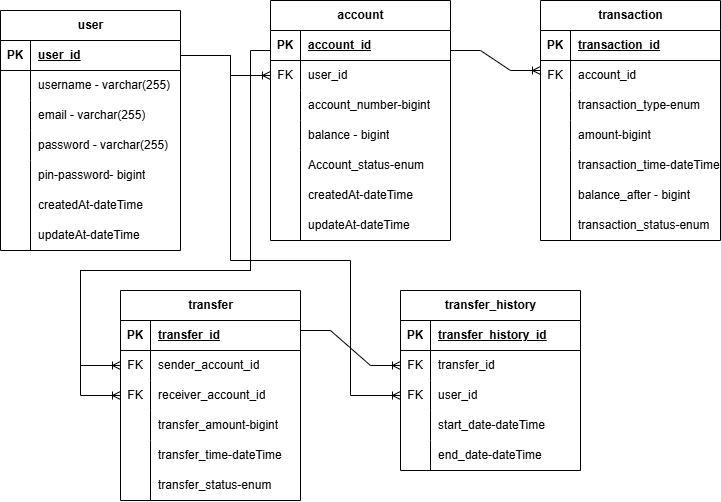
Earlier version of the draw.io export src/ZB-fintech.drawio.png (mingang211/ZB-fintech). Source tidied: cells renumbered, new cells last; positions are measured from the earlier drawing's top-left corner, leaving out a move shared by most shapes.
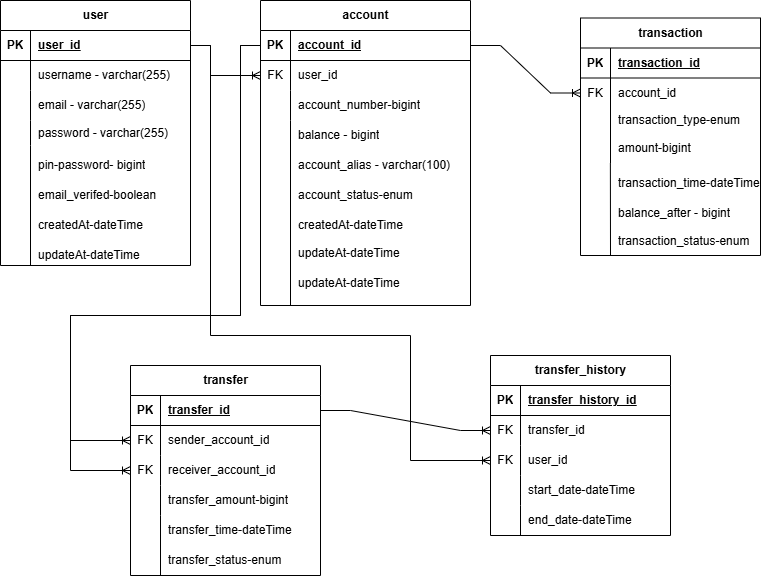
The same diagram one commit later.

The edit, as a diff of the source:
```diff
@@ -5,6 +5,6 @@
     <mxCell id="2" value="user" style="shape=table;startSize=30;rowLines=0;fontStyle=1;align=center;html=1;" parent="1" vertex="1">
-      <mxGeometry y="10" width="180" height="240" as="geometry" />
+      <mxGeometry x="10" y="55" width="190" height="265" as="geometry" />
     </mxCell>
     <mxCell id="3" style="shape=tableRow;horizontal=0;startSize=0;swimlaneHead=0;swimlaneBody=0;fillColor=none;points=[[0,0.5],[1,0.5]];portConstraint=eastwest;top=0;left=0;right=0;bottom=1;" parent="2" vertex="1">
-      <mxGeometry y="30" width="180" height="30" as="geometry" />
+      <mxGeometry y="30" width="190" height="30" as="geometry" />
     </mxCell>
@@ -14,6 +14,6 @@
     <mxCell id="5" value="user_id" style="shape=partialRectangle;fillColor=none;top=0;left=0;bottom=0;right=0;align=left;spacingLeft=6;fontStyle=5;overflow=hidden;whiteSpace=wrap;html=1;" parent="3" vertex="1">
-      <mxGeometry x="30" width="150" height="30" as="geometry" />
+      <mxGeometry x="30" width="160" height="30" as="geometry" />
     </mxCell>
     <mxCell id="6" style="shape=tableRow;horizontal=0;startSize=0;swimlaneHead=0;swimlaneBody=0;fillColor=none;top=0;left=0;right=0;bottom=0;" parent="2" vertex="1">
-      <mxGeometry y="60" width="180" height="30" as="geometry" />
+      <mxGeometry y="60" width="190" height="30" as="geometry" />
     </mxCell>
@@ -23,6 +23,6 @@
     <mxCell id="8" value="username - varchar(255)" style="shape=partialRectangle;fillColor=none;top=0;left=0;bottom=0;right=0;align=left;spacingLeft=6;overflow=hidden;whiteSpace=wrap;html=1;" parent="6" vertex="1">
-      <mxGeometry x="30" width="150" height="30" as="geometry" />
+      <mxGeometry x="30" width="160" height="30" as="geometry" />
     </mxCell>
     <mxCell id="9" style="shape=tableRow;horizontal=0;startSize=0;swimlaneHead=0;swimlaneBody=0;fillColor=none;top=0;left=0;right=0;bottom=0;" parent="2" vertex="1">
-      <mxGeometry y="90" width="180" height="30" as="geometry" />
+      <mxGeometry y="90" width="190" height="30" as="geometry" />
     </mxCell>
@@ -32,18 +32,18 @@
     <mxCell id="11" value="email - varchar(255)" style="shape=partialRectangle;fillColor=none;top=0;left=0;bottom=0;right=0;align=left;spacingLeft=6;overflow=hidden;whiteSpace=wrap;html=1;" parent="9" vertex="1">
-      <mxGeometry x="30" width="150" height="30" as="geometry" />
+      <mxGeometry x="30" width="160" height="30" as="geometry" />
     </mxCell>
     <mxCell id="12" style="shape=tableRow;horizontal=0;startSize=0;swimlaneHead=0;swimlaneBody=0;fillColor=none;top=0;left=0;right=0;bottom=0;" parent="2" vertex="1">
-      <mxGeometry y="120" width="180" height="30" as="geometry" />
+      <mxGeometry y="120" width="190" height="25" as="geometry" />
     </mxCell>
     <mxCell id="13" style="shape=partialRectangle;fillColor=none;top=0;left=0;bottom=0;right=0;overflow=hidden;whiteSpace=wrap;html=1;" parent="12" vertex="1">
-      <mxGeometry width="30" height="30" as="geometry" />
+      <mxGeometry width="30" height="25" as="geometry" />
     </mxCell>
     <mxCell id="14" value="password - varchar(255)" style="shape=partialRectangle;fillColor=none;top=0;left=0;bottom=0;right=0;align=left;spacingLeft=6;overflow=hidden;whiteSpace=wrap;html=1;" parent="12" vertex="1">
-      <mxGeometry x="30" width="150" height="30" as="geometry" />
+      <mxGeometry x="30" width="160" height="25" as="geometry" />
     </mxCell>
     <mxCell id="15" value="account" style="shape=table;startSize=30;rowLines=0;fontStyle=1;align=center;html=1;" parent="1" vertex="1">
-      <mxGeometry x="270" width="180" height="240" as="geometry" />
+      <mxGeometry x="270" y="55" width="210" height="305" as="geometry" />
     </mxCell>
     <mxCell id="16" style="shape=tableRow;horizontal=0;startSize=0;swimlaneHead=0;swimlaneBody=0;fillColor=none;points=[[0,0.5],[1,0.5]];portConstraint=eastwest;top=0;left=0;right=0;bottom=1;" parent="15" vertex="1">
-      <mxGeometry y="30" width="180" height="30" as="geometry" />
+      <mxGeometry y="30" width="210" height="30" as="geometry" />
     </mxCell>
@@ -53,6 +53,6 @@
     <mxCell id="18" value="account_id" style="shape=partialRectangle;fillColor=none;top=0;left=0;bottom=0;right=0;align=left;spacingLeft=6;fontStyle=5;overflow=hidden;whiteSpace=wrap;html=1;" parent="16" vertex="1">
-      <mxGeometry x="30" width="150" height="30" as="geometry" />
+      <mxGeometry x="30" width="180" height="30" as="geometry" />
     </mxCell>
     <mxCell id="19" style="shape=tableRow;horizontal=0;startSize=0;swimlaneHead=0;swimlaneBody=0;fillColor=none;points=[[0,0.5],[1,0.5]];portConstraint=eastwest;top=0;left=0;right=0;bottom=0;" parent="15" vertex="1">
-      <mxGeometry y="60" width="180" height="30" as="geometry" />
+      <mxGeometry y="60" width="210" height="30" as="geometry" />
     </mxCell>
@@ -62,6 +62,6 @@
     <mxCell id="21" value="user_id" style="shape=partialRectangle;fillColor=none;top=0;left=0;bottom=0;right=0;align=left;spacingLeft=6;overflow=hidden;whiteSpace=wrap;html=1;" parent="19" vertex="1">
-      <mxGeometry x="30" width="150" height="30" as="geometry" />
+      <mxGeometry x="30" width="180" height="30" as="geometry" />
     </mxCell>
     <mxCell id="22" style="shape=tableRow;horizontal=0;startSize=0;swimlaneHead=0;swimlaneBody=0;fillColor=none;top=0;left=0;right=0;bottom=0;" parent="15" vertex="1">
-      <mxGeometry y="90" width="180" height="30" as="geometry" />
+      <mxGeometry y="90" width="210" height="30" as="geometry" />
     </mxCell>
@@ -71,6 +71,6 @@
     <mxCell id="24" value="account_number-bigint" style="shape=partialRectangle;fillColor=none;top=0;left=0;bottom=0;right=0;align=left;spacingLeft=6;overflow=hidden;whiteSpace=wrap;html=1;" parent="22" vertex="1">
-      <mxGeometry x="30" width="150" height="30" as="geometry" />
+      <mxGeometry x="30" width="180" height="30" as="geometry" />
     </mxCell>
     <mxCell id="25" style="shape=tableRow;horizontal=0;startSize=0;swimlaneHead=0;swimlaneBody=0;fillColor=none;top=0;left=0;right=0;bottom=0;" parent="15" vertex="1">
-      <mxGeometry y="120" width="180" height="30" as="geometry" />
+      <mxGeometry y="120" width="210" height="30" as="geometry" />
     </mxCell>
@@ -80,6 +80,6 @@
     <mxCell id="27" value="balance - bigint" style="shape=partialRectangle;fillColor=none;top=0;left=0;bottom=0;right=0;align=left;spacingLeft=6;overflow=hidden;whiteSpace=wrap;html=1;" parent="25" vertex="1">
-      <mxGeometry x="30" width="150" height="30" as="geometry" />
+      <mxGeometry x="30" width="180" height="30" as="geometry" />
     </mxCell>
     <mxCell id="28" value="transaction" style="shape=table;startSize=30;rowLines=0;fontStyle=1;align=center;html=1;" parent="1" vertex="1">
-      <mxGeometry x="540" width="180" height="240" as="geometry" />
+      <mxGeometry x="590" y="72.5" width="180" height="237.5" as="geometry" />
     </mxCell>
@@ -104,12 +104,12 @@
     <mxCell id="35" style="shape=tableRow;horizontal=0;startSize=0;swimlaneHead=0;swimlaneBody=0;fillColor=none;top=0;left=0;right=0;bottom=0;" parent="28" vertex="1">
-      <mxGeometry y="90" width="180" height="30" as="geometry" />
+      <mxGeometry y="90" width="180" height="25" as="geometry" />
     </mxCell>
     <mxCell id="36" style="shape=partialRectangle;fillColor=none;top=0;left=0;bottom=0;right=0;overflow=hidden;whiteSpace=wrap;html=1;" parent="35" vertex="1">
-      <mxGeometry width="30" height="30" as="geometry" />
+      <mxGeometry width="30" height="25" as="geometry" />
     </mxCell>
     <mxCell id="37" value="transaction_type-enum" style="shape=partialRectangle;fillColor=none;top=0;left=0;bottom=0;right=0;align=left;spacingLeft=6;overflow=hidden;whiteSpace=wrap;html=1;" parent="35" vertex="1">
-      <mxGeometry x="30" width="150" height="30" as="geometry" />
+      <mxGeometry x="30" width="150" height="25" as="geometry" />
     </mxCell>
     <mxCell id="38" style="shape=tableRow;horizontal=0;startSize=0;swimlaneHead=0;swimlaneBody=0;fillColor=none;points=[[0,0.5],[1,0.5]];portConstraint=eastwest;top=0;left=0;right=0;bottom=0;" parent="28" vertex="1">
-      <mxGeometry y="120" width="180" height="30" as="geometry" />
+      <mxGeometry y="115" width="180" height="30" as="geometry" />
     </mxCell>
@@ -122,6 +122,6 @@
     <mxCell id="41" value="pin-password- bigint" style="shape=partialRectangle;fillColor=none;top=0;left=0;bottom=0;right=0;align=left;spacingLeft=6;overflow=hidden;whiteSpace=wrap;html=1;" parent="1" vertex="1">
-      <mxGeometry x="30" y="160" width="150" height="30" as="geometry" />
+      <mxGeometry x="40" y="205" width="150" height="30" as="geometry" />
     </mxCell>
-    <mxCell id="42" value="createdAt-dateTime" style="shape=partialRectangle;fillColor=none;top=0;left=0;bottom=0;right=0;align=left;spacingLeft=6;overflow=hidden;whiteSpace=wrap;html=1;" parent="1" vertex="1">
-      <mxGeometry x="30" y="190" width="150" height="30" as="geometry" />
+    <mxCell id="42" value="email_verifed-boolean" style="shape=partialRectangle;fillColor=none;top=0;left=0;bottom=0;right=0;align=left;spacingLeft=6;overflow=hidden;whiteSpace=wrap;html=1;" parent="1" vertex="1">
+      <mxGeometry x="40" y="235" width="150" height="30" as="geometry" />
     </mxCell>
@@ -129,4 +129,4 @@
       <mxGeometry relative="1" as="geometry">
-        <mxPoint x="30" y="250" as="sourcePoint" />
-        <mxPoint x="30" y="160" as="targetPoint" />
+        <mxPoint x="40" y="320" as="sourcePoint" />
+        <mxPoint x="40" y="200" as="targetPoint" />
       </mxGeometry>
@@ -134,6 +134,6 @@
     <mxCell id="44" value="createdAt-dateTime" style="shape=partialRectangle;fillColor=none;top=0;left=0;bottom=0;right=0;align=left;spacingLeft=6;overflow=hidden;whiteSpace=wrap;html=1;" parent="1" vertex="1">
-      <mxGeometry x="300" y="180" width="150" height="30" as="geometry" />
+      <mxGeometry x="300" y="265" width="150" height="30" as="geometry" />
     </mxCell>
     <mxCell id="45" value="updateAt-dateTime" style="shape=partialRectangle;fillColor=none;top=0;left=0;bottom=0;right=0;align=left;spacingLeft=6;overflow=hidden;whiteSpace=wrap;html=1;" parent="1" vertex="1">
-      <mxGeometry x="300" y="210" width="150" height="30" as="geometry" />
+      <mxGeometry x="300" y="295" width="150" height="25" as="geometry" />
     </mxCell>
@@ -141,16 +141,15 @@
       <mxGeometry relative="1" as="geometry">
-        <mxPoint x="300" y="240" as="sourcePoint" />
-        <mxPoint x="300" y="150" as="targetPoint" />
+        <mxPoint x="300" y="360" as="sourcePoint" />
+        <mxPoint x="300" y="195" as="targetPoint" />
       </mxGeometry>
     </mxCell>
-    <mxCell id="47" value="Account_status-enum" style="shape=partialRectangle;fillColor=none;top=0;left=0;bottom=0;right=0;align=left;spacingLeft=6;overflow=hidden;whiteSpace=wrap;html=1;" parent="1" vertex="1">
-      <mxGeometry x="300" y="150" width="150" height="30" as="geometry" />
+    <mxCell id="47" value="account_status-enum" style="shape=partialRectangle;fillColor=none;top=0;left=0;bottom=0;right=0;align=left;spacingLeft=6;overflow=hidden;whiteSpace=wrap;html=1;" parent="1" vertex="1">
+      <mxGeometry x="300" y="235" width="140" height="30" as="geometry" />
     </mxCell>
     <mxCell id="48" value="transaction_time-dateTime" style="shape=partialRectangle;fillColor=none;top=0;left=0;bottom=0;right=0;align=left;spacingLeft=6;overflow=hidden;whiteSpace=wrap;html=1;" parent="1" vertex="1">
-      <mxGeometry x="570" y="150" width="150" height="30" as="geometry" />
+      <mxGeometry x="620" y="222.5" width="150" height="30" as="geometry" />
     </mxCell>
-    <mxCell id="49" style="endArrow=none;html=1;rounded=0;" parent="1" edge="1">
+    <mxCell id="49" style="endArrow=none;html=1;rounded=0;entryX=0.166;entryY=1.005;entryDx=0;entryDy=0;entryPerimeter=0;" parent="1" edge="1" target="38">
       <mxGeometry relative="1" as="geometry">
-        <mxPoint x="570" y="240" as="sourcePoint" />
-        <mxPoint x="570" y="150" as="targetPoint" />
+        <mxPoint x="620" y="310" as="sourcePoint" />
       </mxGeometry>
@@ -158,12 +157,12 @@
     <mxCell id="50" value="balance_after - bigint" style="shape=partialRectangle;fillColor=none;top=0;left=0;bottom=0;right=0;align=left;spacingLeft=6;overflow=hidden;whiteSpace=wrap;html=1;" parent="1" vertex="1">
-      <mxGeometry x="570" y="180" width="150" height="30" as="geometry" />
+      <mxGeometry x="620" y="252.5" width="150" height="30" as="geometry" />
     </mxCell>
     <mxCell id="51" value="transaction_status-enum" style="shape=partialRectangle;fillColor=none;top=0;left=0;bottom=0;right=0;align=left;spacingLeft=6;overflow=hidden;whiteSpace=wrap;html=1;" parent="1" vertex="1">
-      <mxGeometry x="570" y="210" width="150" height="30" as="geometry" />
+      <mxGeometry x="620" y="282.5" width="150" height="27.5" as="geometry" />
     </mxCell>
     <mxCell id="52" value="transfer" style="shape=table;startSize=30;rowLines=0;fontStyle=1;align=center;html=1;" parent="1" vertex="1">
-      <mxGeometry x="120" y="290" width="180" height="210" as="geometry" />
+      <mxGeometry x="140" y="420" width="190" height="210" as="geometry" />
     </mxCell>
     <mxCell id="53" style="shape=tableRow;horizontal=0;startSize=0;swimlaneHead=0;swimlaneBody=0;fillColor=none;points=[[0,0.5],[1,0.5]];portConstraint=eastwest;top=0;left=0;right=0;bottom=1;" parent="52" vertex="1">
-      <mxGeometry y="30" width="180" height="30" as="geometry" />
+      <mxGeometry y="30" width="190" height="30" as="geometry" />
     </mxCell>
@@ -173,6 +172,6 @@
     <mxCell id="55" value="transfer_id" style="shape=partialRectangle;fillColor=none;top=0;left=0;bottom=0;right=0;align=left;spacingLeft=6;fontStyle=5;overflow=hidden;whiteSpace=wrap;html=1;" parent="53" vertex="1">
-      <mxGeometry x="30" width="150" height="30" as="geometry" />
+      <mxGeometry x="30" width="160" height="30" as="geometry" />
     </mxCell>
     <mxCell id="56" style="shape=tableRow;horizontal=0;startSize=0;swimlaneHead=0;swimlaneBody=0;fillColor=none;points=[[0,0.5],[1,0.5]];portConstraint=eastwest;top=0;left=0;right=0;bottom=0;" parent="52" vertex="1">
-      <mxGeometry y="60" width="180" height="30" as="geometry" />
+      <mxGeometry y="60" width="190" height="30" as="geometry" />
     </mxCell>
@@ -182,6 +181,6 @@
     <mxCell id="58" value="sender_account_id" style="shape=partialRectangle;fillColor=none;top=0;left=0;bottom=0;right=0;align=left;spacingLeft=6;overflow=hidden;whiteSpace=wrap;html=1;" parent="56" vertex="1">
-      <mxGeometry x="30" width="150" height="30" as="geometry" />
+      <mxGeometry x="30" width="160" height="30" as="geometry" />
     </mxCell>
     <mxCell id="59" style="shape=tableRow;horizontal=0;startSize=0;swimlaneHead=0;swimlaneBody=0;fillColor=none;points=[[0,0.5],[1,0.5]];portConstraint=eastwest;top=0;left=0;right=0;bottom=0;" parent="52" vertex="1">
-      <mxGeometry y="90" width="180" height="30" as="geometry" />
+      <mxGeometry y="90" width="190" height="30" as="geometry" />
     </mxCell>
@@ -191,6 +190,6 @@
     <mxCell id="61" value="receiver_account_id" style="shape=partialRectangle;fillColor=none;top=0;left=0;bottom=0;right=0;align=left;spacingLeft=6;overflow=hidden;whiteSpace=wrap;html=1;" parent="59" vertex="1">
-      <mxGeometry x="30" width="150" height="30" as="geometry" />
+      <mxGeometry x="30" width="160" height="30" as="geometry" />
     </mxCell>
     <mxCell id="62" style="shape=tableRow;horizontal=0;startSize=0;swimlaneHead=0;swimlaneBody=0;fillColor=none;top=0;left=0;right=0;bottom=0;" parent="52" vertex="1">
-      <mxGeometry y="120" width="180" height="30" as="geometry" />
+      <mxGeometry y="120" width="190" height="30" as="geometry" />
     </mxCell>
@@ -200,9 +199,9 @@
     <mxCell id="64" value="transfer_amount-bigint" style="shape=partialRectangle;fillColor=none;top=0;left=0;bottom=0;right=0;align=left;spacingLeft=6;overflow=hidden;whiteSpace=wrap;html=1;" parent="62" vertex="1">
-      <mxGeometry x="30" width="150" height="30" as="geometry" />
+      <mxGeometry x="30" width="160" height="30" as="geometry" />
     </mxCell>
     <mxCell id="65" value="transfer_time-dateTime" style="shape=partialRectangle;fillColor=none;top=0;left=0;bottom=0;right=0;align=left;spacingLeft=6;overflow=hidden;whiteSpace=wrap;html=1;" parent="1" vertex="1">
-      <mxGeometry x="150" y="440" width="150" height="30" as="geometry" />
+      <mxGeometry x="170" y="570" width="150" height="30" as="geometry" />
     </mxCell>
     <mxCell id="66" value="transfer_status-enum" style="shape=partialRectangle;fillColor=none;top=0;left=0;bottom=0;right=0;align=left;spacingLeft=6;overflow=hidden;whiteSpace=wrap;html=1;" parent="1" vertex="1">
-      <mxGeometry x="150" y="470" width="150" height="30" as="geometry" />
+      <mxGeometry x="170" y="600" width="150" height="30" as="geometry" />
     </mxCell>
@@ -210,4 +209,4 @@
       <mxGeometry relative="1" as="geometry">
-        <mxPoint x="150" y="500" as="sourcePoint" />
-        <mxPoint x="150" y="440" as="targetPoint" />
+        <mxPoint x="170" y="630" as="sourcePoint" />
+        <mxPoint x="170" y="570" as="targetPoint" />
       </mxGeometry>
@@ -215,3 +214,3 @@
     <mxCell id="68" value="transfer_history" style="shape=table;startSize=30;rowLines=0;fontStyle=1;align=center;html=1;" parent="1" vertex="1">
-      <mxGeometry x="400" y="290" width="180" height="180" as="geometry" />
+      <mxGeometry x="500" y="410" width="180" height="180" as="geometry" />
     </mxCell>
@@ -254,3 +253,3 @@
     <mxCell id="81" value="end_date-dateTime" style="shape=partialRectangle;fillColor=none;top=0;left=0;bottom=0;right=0;align=left;spacingLeft=6;overflow=hidden;whiteSpace=wrap;html=1;" parent="1" vertex="1">
-      <mxGeometry x="430" y="440" width="150" height="30" as="geometry" />
+      <mxGeometry x="530" y="560" width="150" height="30" as="geometry" />
     </mxCell>
@@ -258,4 +257,4 @@
       <mxGeometry relative="1" as="geometry">
-        <mxPoint x="430" y="470" as="sourcePoint" />
-        <mxPoint x="430" y="440" as="targetPoint" />
+        <mxPoint x="530" y="590" as="sourcePoint" />
+        <mxPoint x="530" y="560" as="targetPoint" />
       </mxGeometry>
@@ -265,4 +264,4 @@
         <Array as="points">
-          <mxPoint x="230" y="55" />
-          <mxPoint x="230" y="75" />
+          <mxPoint x="220" y="100" />
+          <mxPoint x="220" y="130" />
         </Array>
@@ -270,9 +269,9 @@
     </mxCell>
-    <mxCell id="84" style="edgeStyle=entityRelationEdgeStyle;fontSize=12;html=1;endArrow=ERoneToMany;rounded=0;exitX=1;exitY=0.5;exitDx=0;exitDy=0;entryX=0;entryY=0.5;entryDx=0;entryDy=0;" parent="1" edge="1">
+    <mxCell id="84" style="edgeStyle=entityRelationEdgeStyle;fontSize=12;html=1;endArrow=ERoneToMany;rounded=0;entryX=0;entryY=0.5;entryDx=0;entryDy=0;" parent="1" edge="1" target="32">
       <mxGeometry relative="1" as="geometry">
-        <mxPoint x="450" y="50" as="sourcePoint" />
-        <mxPoint x="540" y="70" as="targetPoint" />
+        <mxPoint x="480" y="100" as="sourcePoint" />
         <Array as="points">
-          <mxPoint x="520" y="65" />
-          <mxPoint x="770" y="45" />
+          <mxPoint x="520" y="115" />
+          <mxPoint x="770" y="95" />
+          <mxPoint x="530" y="150" />
         </Array>
@@ -283,6 +282,6 @@
         <Array as="points">
-          <mxPoint x="230" y="55" />
-          <mxPoint x="230" y="260" />
-          <mxPoint x="350" y="260" />
-          <mxPoint x="350" y="395" />
+          <mxPoint x="220" y="100" />
+          <mxPoint x="220" y="390" />
+          <mxPoint x="420" y="390" />
+          <mxPoint x="420" y="515" />
         </Array>
@@ -290,5 +289,4 @@
     </mxCell>
-    <mxCell id="86" style="edgeStyle=entityRelationEdgeStyle;fontSize=12;html=1;endArrow=ERoneToMany;rounded=0;exitX=1;exitY=0.5;exitDx=0;exitDy=0;entryX=0;entryY=0.5;entryDx=0;entryDy=0;" parent="1" edge="1" target="72">
+    <mxCell id="86" style="edgeStyle=entityRelationEdgeStyle;fontSize=12;html=1;endArrow=ERoneToMany;rounded=0;exitX=1;exitY=0.5;exitDx=0;exitDy=0;entryX=0;entryY=0.5;entryDx=0;entryDy=0;" parent="1" edge="1" source="53" target="72">
       <mxGeometry relative="1" as="geometry">
-        <mxPoint x="300" y="330" as="sourcePoint" />
         <Array as="points">
@@ -300,9 +298,9 @@
     </mxCell>
-    <mxCell id="87" style="edgeStyle=orthogonalEdgeStyle;fontSize=12;html=1;endArrow=ERoneToMany;rounded=0;entryX=0;entryY=0.5;entryDx=0;entryDy=0;" parent="1" edge="1" target="56">
+    <mxCell id="87" style="edgeStyle=orthogonalEdgeStyle;fontSize=12;html=1;endArrow=ERoneToMany;rounded=0;entryX=0;entryY=0.5;entryDx=0;entryDy=0;exitX=0;exitY=0.5;exitDx=0;exitDy=0;" parent="1" edge="1" source="16" target="56">
       <mxGeometry relative="1" as="geometry">
-        <mxPoint x="250" y="80" as="sourcePoint" />
         <Array as="points">
-          <mxPoint x="250" y="270" />
-          <mxPoint x="80" y="270" />
-          <mxPoint x="80" y="365" />
+          <mxPoint x="250" y="100" />
+          <mxPoint x="250" y="370" />
+          <mxPoint x="80" y="370" />
+          <mxPoint x="80" y="495" />
         </Array>
@@ -310,10 +308,9 @@
     </mxCell>
-    <mxCell id="88" style="edgeStyle=orthogonalEdgeStyle;fontSize=12;html=1;endArrow=ERoneToMany;rounded=0;entryX=0;entryY=0.5;entryDx=0;entryDy=0;" parent="1" edge="1" target="59">
+    <mxCell id="88" style="edgeStyle=orthogonalEdgeStyle;fontSize=12;html=1;endArrow=ERoneToMany;rounded=0;entryX=0;entryY=0.5;entryDx=0;entryDy=0;exitX=0;exitY=0.5;exitDx=0;exitDy=0;" parent="1" edge="1" source="16" target="59">
       <mxGeometry relative="1" as="geometry">
-        <mxPoint x="270" y="50" as="sourcePoint" />
         <Array as="points">
-          <mxPoint x="250" y="50" />
-          <mxPoint x="250" y="270" />
-          <mxPoint x="80" y="270" />
-          <mxPoint x="80" y="395" />
+          <mxPoint x="250" y="100" />
+          <mxPoint x="250" y="370" />
+          <mxPoint x="80" y="370" />
+          <mxPoint x="80" y="525" />
         </Array>
@@ -321,5 +318,14 @@
     </mxCell>
-    <mxCell id="89" value="updateAt-dateTime" style="shape=partialRectangle;fillColor=none;top=0;left=0;bottom=0;right=0;align=left;spacingLeft=6;overflow=hidden;whiteSpace=wrap;html=1;" parent="1" vertex="1">
-      <mxGeometry x="30" y="220" width="150" height="30" as="geometry" />
+    <mxCell id="89" value="createdAt-dateTime" style="shape=partialRectangle;fillColor=none;top=0;left=0;bottom=0;right=0;align=left;spacingLeft=6;overflow=hidden;whiteSpace=wrap;html=1;" parent="1" vertex="1">
+      <mxGeometry x="40" y="265" width="150" height="30" as="geometry" />
     </mxCell>
+    <mxCell id="90" value="account_alias - varchar(100)" style="shape=partialRectangle;fillColor=none;top=0;left=0;bottom=0;right=0;align=left;spacingLeft=6;overflow=hidden;whiteSpace=wrap;html=1;" parent="1" vertex="1">
+      <mxGeometry x="300" y="205" width="180" height="30" as="geometry" />
+    </mxCell>
+    <mxCell id="91" value="updateAt-dateTime" style="shape=partialRectangle;fillColor=none;top=0;left=0;bottom=0;right=0;align=left;spacingLeft=6;overflow=hidden;whiteSpace=wrap;html=1;" parent="1" vertex="1">
+      <mxGeometry x="300" y="325" width="150" height="25" as="geometry" />
+    </mxCell>
+    <mxCell id="92" value="updateAt-dateTime" style="shape=partialRectangle;fillColor=none;top=0;left=0;bottom=0;right=0;align=left;spacingLeft=6;overflow=hidden;whiteSpace=wrap;html=1;" parent="1" vertex="1">
+      <mxGeometry x="40" y="295" width="150" height="30" as="geometry" />
+    </mxCell>
   </root>
```
